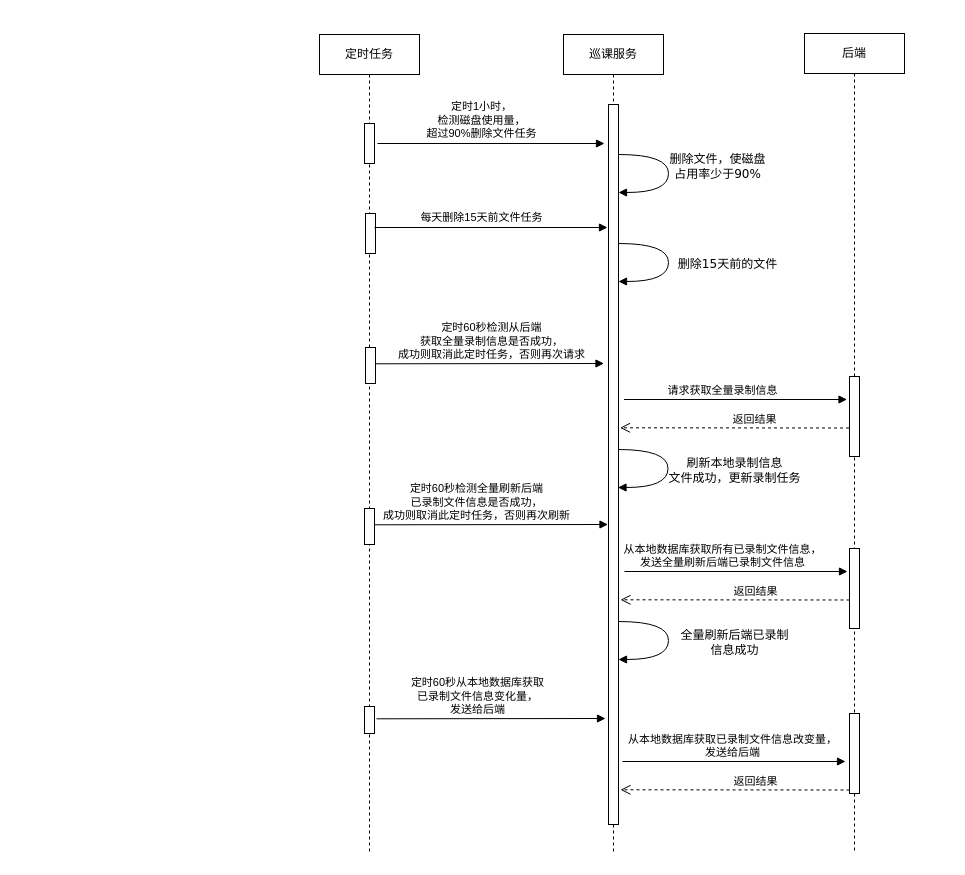
This is 巡课录制定时任务.drawio from huangPeiLc/drawio, a draw.io file, before an edit. Source tidied: cells renumbered, new cells numbered last; positions are measured from the earlier drawing's top-left corner, leaving out a move shared by most shapes. Both pictures are drawn from the tidied source at 100%, with x=0, y=0 at pixel (319, 33).
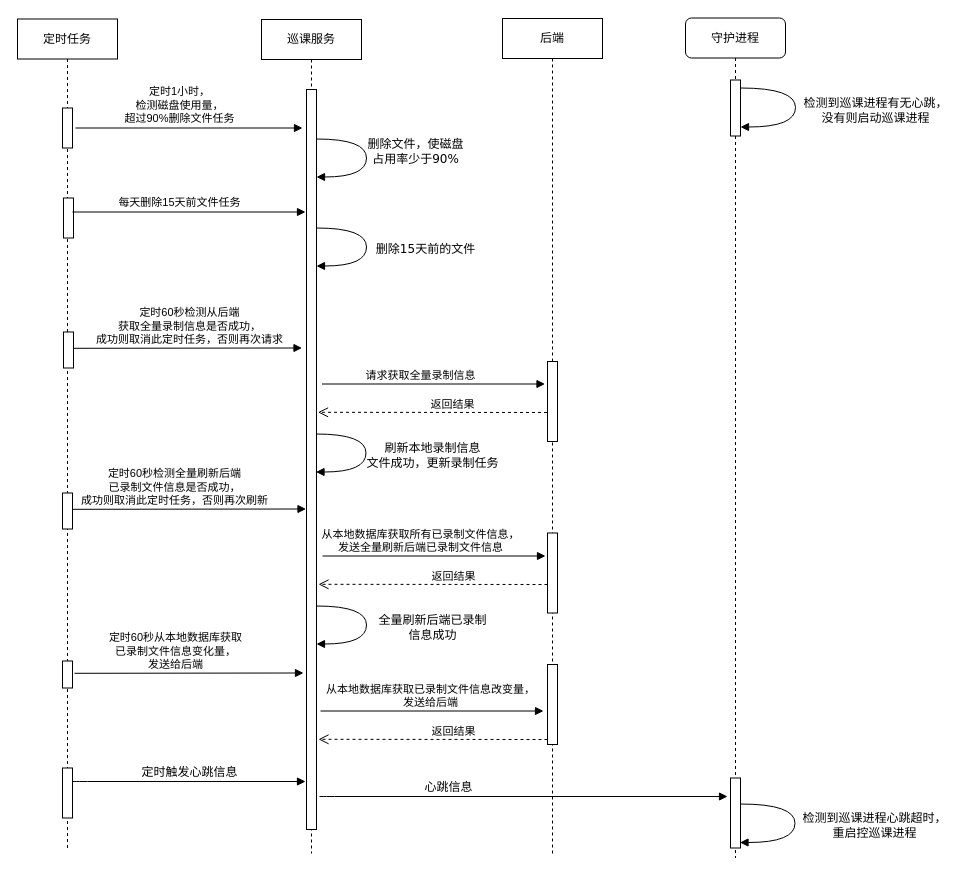
The same page after the edit.

Commit message:
Update 巡课录制定时任务.drawio

What changed in the source:
```diff
@@
     <mxCell id="2" value="巡课服务" style="shape=umlLifeline;perimeter=lifelinePerimeter;whiteSpace=wrap;html=1;" parent="1" vertex="1">
-      <mxGeometry x="244" y="1" width="100" height="819" as="geometry" />
+      <mxGeometry x="-58" y="-14" width="100" height="834" as="geometry" />
     </mxCell>
     <mxCell id="3" style="html=1;perimeter=orthogonalPerimeter;" parent="2" vertex="1">
-      <mxGeometry x="45" y="70" width="10" height="720" as="geometry" />
+      <mxGeometry x="45" y="70" width="10" height="740" as="geometry" />
     </mxCell>
     <mxCell id="4" value="定时任务" style="shape=umlLifeline;perimeter=lifelinePerimeter;whiteSpace=wrap;html=1;" parent="1" vertex="1">
-      <mxGeometry y="1" width="100" height="819" as="geometry" />
+      <mxGeometry x="-302" y="-14.5" width="100" height="829" as="geometry" />
     </mxCell>
@@
+    <mxCell id="29" style="html=1;perimeter=orthogonalPerimeter;rounded=0;shadow=0;comic=0;labelBackgroundColor=none;strokeColor=#000000;strokeWidth=1;fillColor=#FFFFFF;fontFamily=Verdana;fontSize=12;fontColor=#000000;align=center;" parent="4" vertex="1">
+      <mxGeometry x="45" y="749" width="10" height="50" as="geometry" />
+    </mxCell>
     <mxCell id="9" value="&lt;div&gt;定时60秒检测从后端&lt;/div&gt;&lt;div&gt;获取全量录制信息是否成功，&lt;/div&gt;&lt;div&gt;成功则取消此定时任务，否则再次请求&lt;br&gt;&lt;/div&gt;" style="html=1;verticalAlign=bottom;endArrow=block;" parent="1" edge="1">
       <mxGeometry x="0.02" relative="1" as="geometry">
-        <mxPoint x="55.5" y="330.3" as="sourcePoint" />
-        <mxPoint x="284.5" y="330" as="targetPoint" />
+        <mxPoint x="-246.5" y="314.8" as="sourcePoint" />
+        <mxPoint x="-17.5" y="314.5" as="targetPoint" />
       </mxGeometry>
     </mxCell>
     <mxCell id="10" value="&lt;div&gt;定时1小时，&lt;/div&gt;&lt;div&gt;检测磁盘使用量，&lt;/div&gt;&lt;div&gt;超过90%删除文件任务&lt;/div&gt;" style="html=1;verticalAlign=bottom;endArrow=block;" parent="1" edge="1">
       <mxGeometry x="-0.08" y="1" relative="1" as="geometry">
-        <mxPoint x="58" y="110" as="sourcePoint" />
-        <mxPoint x="285" y="110" as="targetPoint" />
+        <mxPoint x="-244" y="94.5" as="sourcePoint" />
+        <mxPoint x="-17" y="94.5" as="targetPoint" />
       </mxGeometry>
     </mxCell>
     <mxCell id="11" value="后端" style="shape=umlLifeline;perimeter=lifelinePerimeter;whiteSpace=wrap;html=1;" parent="1" vertex="1">
-      <mxGeometry x="485" width="100" height="820" as="geometry" />
+      <mxGeometry x="183" y="-15" width="100" height="835" as="geometry" />
     </mxCell>
@@
     <mxCell id="13" style="html=1;perimeter=orthogonalPerimeter;" parent="11" vertex="1">
-      <mxGeometry x="45" y="680" width="10" height="80" as="geometry" />
+      <mxGeometry x="45" y="646" width="10" height="80" as="geometry" />
     </mxCell>
     <mxCell id="14" value="&lt;div&gt;每天删除15天前文件任务&lt;/div&gt;" style="html=1;verticalAlign=bottom;endArrow=block;entryX=0.9;entryY=0.233;entryDx=0;entryDy=0;entryPerimeter=0;" parent="1" edge="1">
       <mxGeometry x="-0.08" y="1" relative="1" as="geometry">
-        <mxPoint x="55" y="194" as="sourcePoint" />
-        <mxPoint x="288" y="194" as="targetPoint" />
+        <mxPoint x="-247" y="178.5" as="sourcePoint" />
+        <mxPoint x="-14" y="178.5" as="targetPoint" />
       </mxGeometry>
     </mxCell>
     <mxCell id="15" value="&lt;div&gt;定时60秒检测全量刷新后端&lt;/div&gt;&lt;div&gt;已录制文件信息是否成功，&lt;/div&gt;&lt;div&gt;成功则取消此定时任务，否则再次刷新&lt;br&gt;&lt;/div&gt;" style="html=1;verticalAlign=bottom;endArrow=block;" parent="1" edge="1">
       <mxGeometry x="-0.12" relative="1" as="geometry">
-        <mxPoint x="54.5" y="491.3" as="sourcePoint" />
-        <mxPoint x="288.5" y="491" as="targetPoint" />
+        <mxPoint x="-247.5" y="475.8" as="sourcePoint" />
+        <mxPoint x="-13.5" y="475.5" as="targetPoint" />
       </mxGeometry>
     </mxCell>
     <mxCell id="16" value="请求获取全量录制信息" style="html=1;verticalAlign=bottom;endArrow=block;" parent="1" edge="1">
       <mxGeometry x="-0.12" relative="1" as="geometry">
-        <mxPoint x="304.5" y="366" as="sourcePoint" />
-        <mxPoint x="527.5" y="366" as="targetPoint" />
+        <mxPoint x="2.5" y="350.5" as="sourcePoint" />
+        <mxPoint x="225.5" y="350.5" as="targetPoint" />
       </mxGeometry>
     </mxCell>
     <mxCell id="17" value="返回结果" style="html=1;verticalAlign=bottom;endArrow=open;dashed=1;endSize=8;" parent="1" edge="1">
       <mxGeometry x="-0.18" y="1" relative="1" as="geometry">
-        <mxPoint x="529.5" y="394.5" as="sourcePoint" />
-        <mxPoint x="300.5" y="394.3" as="targetPoint" />
+        <mxPoint x="227.5" y="379" as="sourcePoint" />
+        <mxPoint x="-1.5" y="378.8" as="targetPoint" />
       </mxGeometry>
     </mxCell>
     <mxCell id="18" value="&lt;div&gt;刷新本地录制信息&lt;/div&gt;&lt;div&gt;文件成功，更新录制任务&lt;/div&gt;" style="html=1;verticalAlign=bottom;endArrow=block;labelBackgroundColor=none;fontFamily=Verdana;fontSize=12;elbow=vertical;edgeStyle=orthogonalEdgeStyle;curved=1;entryX=1;entryY=0.286;entryPerimeter=0;" parent="1" edge="1">
       <mxGeometry x="0.28" y="-66" relative="1" as="geometry">
-        <mxPoint x="298.5" y="416" as="sourcePoint" />
-        <mxPoint x="298.5" y="454" as="targetPoint" />
+        <mxPoint x="-3.5" y="400.5" as="sourcePoint" />
+        <mxPoint x="-3.5" y="438.5" as="targetPoint" />
         <Array as="points">
-          <mxPoint x="348.5" y="415.8" />
-          <mxPoint x="348.5" y="453.8" />
+          <mxPoint x="46.5" y="400.3" />
+          <mxPoint x="46.5" y="438.3" />
         </Array>
         <mxPoint x="66" y="66" as="offset" />
       </mxGeometry>
     </mxCell>
     <mxCell id="19" style="html=1;perimeter=orthogonalPerimeter;" parent="1" vertex="1">
-      <mxGeometry x="530" y="515" width="10" height="80" as="geometry" />
+      <mxGeometry x="228" y="499.5" width="10" height="80" as="geometry" />
     </mxCell>
     <mxCell id="20" value="&lt;div&gt;从本地数据库获取所有已录制文件信息，&lt;/div&gt;&lt;div&gt;发送全量刷新后端已录制文件信息&lt;/div&gt;" style="html=1;verticalAlign=bottom;endArrow=block;" parent="1" edge="1">
       <mxGeometry x="-0.12" relative="1" as="geometry">
-        <mxPoint x="305" y="538" as="sourcePoint" />
-        <mxPoint x="528" y="538" as="targetPoint" />
+        <mxPoint x="3" y="522.5" as="sourcePoint" />
+        <mxPoint x="226" y="522.5" as="targetPoint" />
       </mxGeometry>
     </mxCell>
     <mxCell id="21" value="返回结果" style="html=1;verticalAlign=bottom;endArrow=open;dashed=1;endSize=8;" parent="1" edge="1">
       <mxGeometry x="-0.18" y="1" relative="1" as="geometry">
-        <mxPoint x="530" y="566.5" as="sourcePoint" />
-        <mxPoint x="301" y="566.3" as="targetPoint" />
+        <mxPoint x="228" y="551" as="sourcePoint" />
+        <mxPoint x="-1" y="550.8" as="targetPoint" />
       </mxGeometry>
     </mxCell>
     <mxCell id="22" value="&lt;div&gt;全量刷新后端已录制&lt;/div&gt;&lt;div&gt;信息成功&lt;/div&gt;" style="html=1;verticalAlign=bottom;endArrow=block;labelBackgroundColor=none;fontFamily=Verdana;fontSize=12;elbow=vertical;edgeStyle=orthogonalEdgeStyle;curved=1;entryX=1;entryY=0.286;entryPerimeter=0;" parent="1" edge="1">
       <mxGeometry x="0.28" y="-66" relative="1" as="geometry">
-        <mxPoint x="299" y="588" as="sourcePoint" />
-        <mxPoint x="299" y="626" as="targetPoint" />
+        <mxPoint x="-3" y="572.5" as="sourcePoint" />
+        <mxPoint x="-3" y="610.5" as="targetPoint" />
         <Array as="points">
-          <mxPoint x="349" y="587.8" />
-          <mxPoint x="349" y="625.8" />
+          <mxPoint x="47" y="572.3" />
+          <mxPoint x="47" y="610.3" />
         </Array>
         <mxPoint x="66" y="66" as="offset" />
       </mxGeometry>
     </mxCell>
     <mxCell id="23" style="html=1;perimeter=orthogonalPerimeter;" parent="1" vertex="1">
-      <mxGeometry x="45" y="673" width="10" height="27" as="geometry" />
+      <mxGeometry x="-257" y="627.5" width="10" height="27" as="geometry" />
     </mxCell>
     <mxCell id="24" value="&lt;div&gt;定时60秒从本地数据库获取&lt;/div&gt;&lt;div&gt;已录制文件信息变化量，&lt;/div&gt;&lt;div&gt;发送给后端&lt;br&gt;&lt;/div&gt;" style="html=1;verticalAlign=bottom;endArrow=block;" parent="1" edge="1">
       <mxGeometry x="-0.12" relative="1" as="geometry">
-        <mxPoint x="57" y="685.3" as="sourcePoint" />
-        <mxPoint x="286" y="685" as="targetPoint" />
+        <mxPoint x="-245" y="639.8" as="sourcePoint" />
+        <mxPoint x="-16" y="639.5" as="targetPoint" />
       </mxGeometry>
     </mxCell>
     <mxCell id="25" value="&lt;div&gt;删除文件，使磁盘&lt;/div&gt;&lt;div&gt;占用率少于90%&lt;/div&gt;" style="html=1;verticalAlign=bottom;endArrow=block;labelBackgroundColor=none;fontFamily=Verdana;fontSize=12;elbow=vertical;edgeStyle=orthogonalEdgeStyle;curved=1;entryX=1;entryY=0.286;entryPerimeter=0;" parent="1" edge="1">
       <mxGeometry x="0.28" y="-50" relative="1" as="geometry">
-        <mxPoint x="299" y="121" as="sourcePoint" />
-        <mxPoint x="299" y="159" as="targetPoint" />
+        <mxPoint x="-3" y="105.5" as="sourcePoint" />
+        <mxPoint x="-3" y="143.5" as="targetPoint" />
         <Array as="points">
-          <mxPoint x="349" y="120.8" />
-          <mxPoint x="349" y="158.8" />
+          <mxPoint x="47" y="105.3" />
+          <mxPoint x="47" y="143.3" />
         </Array>
         <mxPoint x="49" y="41" as="offset" />
       </mxGeometry>
     </mxCell>
     <mxCell id="26" value="删除15天前的文件" style="html=1;verticalAlign=bottom;endArrow=block;labelBackgroundColor=none;fontFamily=Verdana;fontSize=12;elbow=vertical;edgeStyle=orthogonalEdgeStyle;curved=1;entryX=1;entryY=0.286;entryPerimeter=0;" parent="1" edge="1">
       <mxGeometry x="0.28" y="-60" relative="1" as="geometry">
-        <mxPoint x="299" y="210" as="sourcePoint" />
-        <mxPoint x="299" y="248" as="targetPoint" />
+        <mxPoint x="-3" y="194.5" as="sourcePoint" />
+        <mxPoint x="-3" y="232.5" as="targetPoint" />
         <Array as="points">
-          <mxPoint x="349" y="209.8" />
-          <mxPoint x="349" y="247.8" />
+          <mxPoint x="47" y="194.3" />
+          <mxPoint x="47" y="232.3" />
         </Array>
         <mxPoint x="59" y="52" as="offset" />
       </mxGeometry>
     </mxCell>
     <mxCell id="27" value="&lt;div&gt;从本地数据库获取已录制文件信息改变量，&lt;/div&gt;&lt;div&gt;发送给后端&lt;/div&gt;" style="html=1;verticalAlign=bottom;endArrow=block;" parent="1" edge="1">
       <mxGeometry x="-0.01" relative="1" as="geometry">
-        <mxPoint x="303" y="728" as="sourcePoint" />
-        <mxPoint x="526" y="728" as="targetPoint" />
+        <mxPoint x="1" y="677.5" as="sourcePoint" />
+        <mxPoint x="224" y="677.5" as="targetPoint" />
       </mxGeometry>
     </mxCell>
     <mxCell id="28" value="返回结果" style="html=1;verticalAlign=bottom;endArrow=open;dashed=1;endSize=8;" parent="1" edge="1">
       <mxGeometry x="-0.18" y="1" relative="1" as="geometry">
-        <mxPoint x="530" y="756.5" as="sourcePoint" />
-        <mxPoint x="301" y="756.3" as="targetPoint" />
+        <mxPoint x="228" y="706" as="sourcePoint" />
+        <mxPoint x="-1" y="705.8" as="targetPoint" />
       </mxGeometry>
     </mxCell>
+    <mxCell id="30" value="守护进程" style="shape=umlLifeline;perimeter=lifelinePerimeter;whiteSpace=wrap;html=1;rounded=1;shadow=0;comic=0;labelBackgroundColor=none;strokeColor=#000000;strokeWidth=1;fillColor=#FFFFFF;fontFamily=Verdana;fontSize=12;fontColor=#000000;align=center;" parent="1" vertex="1">
+      <mxGeometry x="366" y="-15.5" width="100" height="840" as="geometry" />
+    </mxCell>
+    <mxCell id="31" style="html=1;perimeter=orthogonalPerimeter;rounded=0;shadow=0;comic=0;labelBackgroundColor=none;strokeColor=#000000;strokeWidth=1;fillColor=#FFFFFF;fontFamily=Verdana;fontSize=12;fontColor=#000000;align=center;" parent="30" vertex="1">
+      <mxGeometry x="45" y="62" width="10" height="56" as="geometry" />
+    </mxCell>
+    <mxCell id="32" value="&lt;div&gt;检测到巡课进程有无心跳，&lt;/div&gt;&lt;div&gt;没有则启动巡课进程&lt;/div&gt;" style="html=1;verticalAlign=bottom;endArrow=block;labelBackgroundColor=none;fontFamily=Verdana;fontSize=12;elbow=vertical;edgeStyle=orthogonalEdgeStyle;curved=1;exitX=1;exitY=0.51;exitPerimeter=0;exitDx=0;exitDy=0;" parent="30" edge="1">
+      <mxGeometry x="0.26" y="-80" relative="1" as="geometry">
+        <mxPoint x="55" y="70" as="sourcePoint" />
+        <mxPoint x="55" y="109" as="targetPoint" />
+        <Array as="points">
+          <mxPoint x="110" y="70" />
+          <mxPoint x="110" y="109" />
+        </Array>
+        <mxPoint x="80" y="80" as="offset" />
+      </mxGeometry>
+    </mxCell>
+    <mxCell id="33" style="html=1;perimeter=orthogonalPerimeter;" parent="30" vertex="1">
+      <mxGeometry x="45" y="760" width="10" height="70" as="geometry" />
+    </mxCell>
+    <mxCell id="34" value="定时触发心跳信息" style="html=1;verticalAlign=bottom;endArrow=block;labelBackgroundColor=none;fontFamily=Verdana;fontSize=12;edgeStyle=elbowEdgeStyle;elbow=vertical;" parent="1" edge="1">
+      <mxGeometry relative="1" as="geometry">
+        <mxPoint x="-247" y="748" as="sourcePoint" />
+        <mxPoint x="-14" y="748" as="targetPoint" />
+        <Array as="points">
+          <mxPoint x="-242" y="748" />
+        </Array>
+      </mxGeometry>
+    </mxCell>
+    <mxCell id="35" value="心跳信息" style="html=1;verticalAlign=bottom;endArrow=block;labelBackgroundColor=none;fontFamily=Verdana;fontSize=12;edgeStyle=elbowEdgeStyle;elbow=vertical;" parent="1" edge="1">
+      <mxGeometry x="-0.37" relative="1" as="geometry">
+        <mxPoint y="763" as="sourcePoint" />
+        <mxPoint x="408" y="763" as="targetPoint" />
+        <Array as="points">
+          <mxPoint x="5" y="763" />
+        </Array>
+      </mxGeometry>
+    </mxCell>
+    <mxCell id="36" value="&lt;div&gt;检测到巡课进程心跳超时，&lt;/div&gt;&lt;div&gt;重启控巡课进程&lt;/div&gt;" style="html=1;verticalAlign=bottom;endArrow=block;labelBackgroundColor=none;fontFamily=Verdana;fontSize=12;elbow=vertical;edgeStyle=orthogonalEdgeStyle;curved=1;exitX=1;exitY=0.51;exitPerimeter=0;exitDx=0;exitDy=0;" parent="1" edge="1">
+      <mxGeometry x="0.26" y="-80" relative="1" as="geometry">
+        <mxPoint x="420.5" y="770.5" as="sourcePoint" />
+        <mxPoint x="420.5" y="809" as="targetPoint" />
+        <Array as="points">
+          <mxPoint x="475.5" y="770" />
+          <mxPoint x="475.5" y="809" />
+        </Array>
+        <mxPoint x="80" y="80" as="offset" />
+      </mxGeometry>
+    </mxCell>
```
